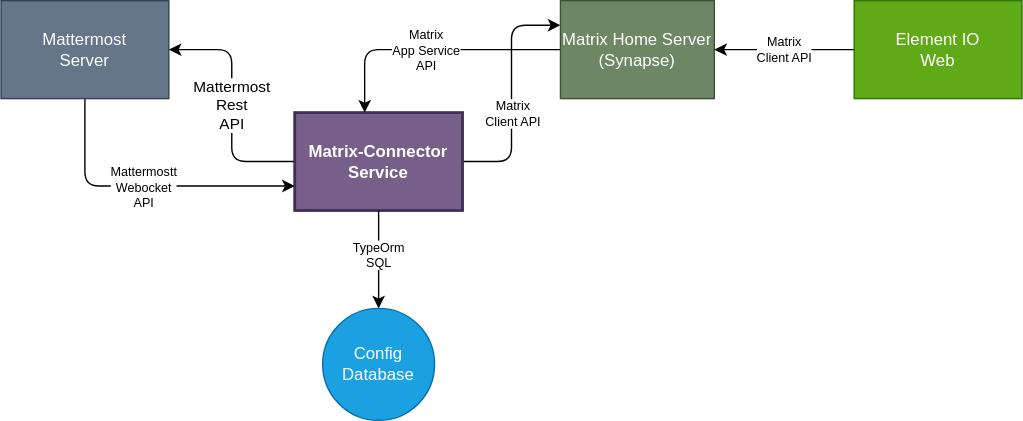
Earlier version of the draw.io export documentation/images/example.drawio.svg (mattermost-community/matrix-as-mm). Source tidied: cells renumbered, new cells last; positions are measured from the earlier drawing's top-left corner, leaving out a move shared by most shapes. Its diagram source:
```xml
<mxGraphModel>
  <root>
    <mxCell id="0" />
    <mxCell id="1" parent="0" />
    <mxCell id="2" value="Mattermost &lt;br&gt;Rest&amp;nbsp;&lt;br&gt;API" style="edgeStyle=orthogonalEdgeStyle;html=1;exitX=0;exitY=0.5;exitDx=0;exitDy=0;entryX=1;entryY=0.5;entryDx=0;entryDy=0;" parent="1" edge="1" source="5" target="11">
      <mxGeometry relative="1" as="geometry" />
    </mxCell>
    <mxCell id="3" style="edgeStyle=orthogonalEdgeStyle;html=1;exitX=1;exitY=0.5;exitDx=0;exitDy=0;entryX=0;entryY=0.25;entryDx=0;entryDy=0;fontSize=9;" parent="1" edge="1" source="5" target="14">
      <mxGeometry relative="1" as="geometry" />
    </mxCell>
    <mxCell id="4" value="Matrix&amp;nbsp;&lt;br&gt;Client API" style="edgeLabel;html=1;align=center;verticalAlign=middle;fontSize=9;" parent="3" vertex="1">
      <mxGeometry x="-0.17" relative="1" as="geometry" />
    </mxCell>
    <mxCell id="5" value="Matrix-Connector&lt;br&gt;Service" style="whiteSpace=wrap;html=1;fontStyle=1;strokeWidth=2;fillColor=#76608a;fontColor=#ffffff;strokeColor=#432D57;" parent="1" vertex="1">
      <mxGeometry x="210" y="80" width="120" height="70" as="geometry" />
    </mxCell>
    <mxCell id="6" style="edgeStyle=orthogonalEdgeStyle;html=1;exitX=0.5;exitY=1;exitDx=0;exitDy=0;" parent="1" edge="1" source="5" target="8">
      <mxGeometry relative="1" as="geometry" />
    </mxCell>
    <mxCell id="7" value="TypeOrm&lt;br&gt;SQL" style="edgeLabel;html=1;align=center;verticalAlign=middle;fontSize=9;" parent="6" vertex="1">
      <mxGeometry x="-0.12" y="-1" relative="1" as="geometry" />
    </mxCell>
    <mxCell id="8" value="Config&amp;nbsp;&lt;br&gt;Database" style="ellipse;whiteSpace=wrap;html=1;fillColor=#1ba1e2;fontColor=#ffffff;strokeColor=#006EAF;" parent="1" vertex="1">
      <mxGeometry x="230" y="220" width="80" height="80" as="geometry" />
    </mxCell>
    <mxCell id="9" style="edgeStyle=orthogonalEdgeStyle;html=1;exitX=0.5;exitY=1;exitDx=0;exitDy=0;entryX=0;entryY=0.75;entryDx=0;entryDy=0;fontSize=9;" parent="1" edge="1" source="11" target="5">
      <mxGeometry relative="1" as="geometry" />
    </mxCell>
    <mxCell id="10" value="Mattermostt&lt;br&gt;Webocket&lt;br&gt;API" style="edgeLabel;html=1;align=center;verticalAlign=middle;fontSize=9;" parent="9" vertex="1">
      <mxGeometry x="-0.02" y="-1" relative="1" as="geometry" />
    </mxCell>
    <mxCell id="11" value="Mattermost&lt;br&gt;Server" style="whiteSpace=wrap;html=1;fillColor=#647687;fontColor=#ffffff;strokeColor=#314354;" parent="1" vertex="1">
      <mxGeometry width="120" height="70" as="geometry" />
    </mxCell>
    <mxCell id="12" style="edgeStyle=orthogonalEdgeStyle;html=1;entryX=0.417;entryY=0;entryDx=0;entryDy=0;entryPerimeter=0;fontSize=9;" parent="1" edge="1" source="14" target="5">
      <mxGeometry relative="1" as="geometry" />
    </mxCell>
    <mxCell id="13" value="Matrix&amp;nbsp;&lt;br&gt;App Service&lt;br&gt;API" style="edgeLabel;html=1;align=center;verticalAlign=middle;fontSize=9;" parent="12" vertex="1">
      <mxGeometry x="0.05" relative="1" as="geometry" />
    </mxCell>
    <mxCell id="14" value="Matrix Home Server&lt;br&gt;(Synapse)" style="whiteSpace=wrap;html=1;fillColor=#6d8764;fontColor=#ffffff;strokeColor=#3A5431;" parent="1" vertex="1">
      <mxGeometry x="400" width="110" height="70" as="geometry" />
    </mxCell>
    <mxCell id="15" value="Matrix&amp;nbsp;&lt;br style=&quot;font-size: 9px;&quot;&gt;Client API" style="edgeStyle=none;html=1;exitX=0;exitY=0.5;exitDx=0;exitDy=0;entryX=1;entryY=0.5;entryDx=0;entryDy=0;fontSize=9;" parent="1" edge="1" source="16" target="14">
      <mxGeometry relative="1" as="geometry" />
    </mxCell>
    <mxCell id="16" value="Element IO&lt;br&gt;Web" style="whiteSpace=wrap;html=1;fillColor=#60a917;fontColor=#ffffff;strokeColor=#2D7600;" parent="1" vertex="1">
      <mxGeometry x="610" width="120" height="70" as="geometry" />
    </mxCell>
  </root>
</mxGraphModel>
```
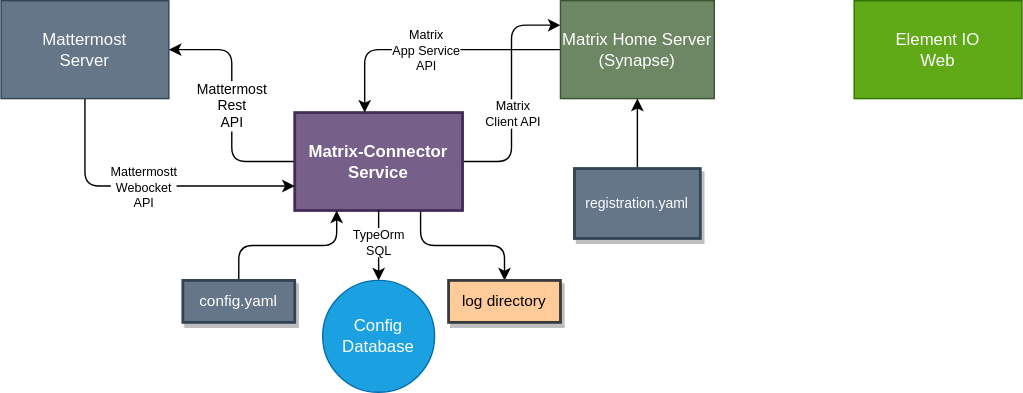
The same file after the commit.

Diff of the diagram source:
```diff
@@ -2,7 +2,7 @@
   <root>
     <mxCell id="0" />
     <mxCell id="1" parent="0" />
-    <mxCell id="2" value="Mattermost &lt;br&gt;Rest&amp;nbsp;&lt;br&gt;API" style="edgeStyle=orthogonalEdgeStyle;html=1;exitX=0;exitY=0.5;exitDx=0;exitDy=0;entryX=1;entryY=0.5;entryDx=0;entryDy=0;" parent="1" edge="1" source="5" target="11">
+    <mxCell id="2" value="Mattermost &lt;br style=&quot;font-size: 10px;&quot;&gt;Rest&amp;nbsp;&lt;br style=&quot;font-size: 10px;&quot;&gt;API" style="edgeStyle=orthogonalEdgeStyle;html=1;exitX=0;exitY=0.5;exitDx=0;exitDy=0;entryX=1;entryY=0.5;entryDx=0;entryDy=0;fontSize=10;" parent="1" edge="1" source="5" target="11">
       <mxGeometry relative="1" as="geometry" />
     </mxCell>
     <mxCell id="3" style="edgeStyle=orthogonalEdgeStyle;html=1;exitX=1;exitY=0.5;exitDx=0;exitDy=0;entryX=0;entryY=0.25;entryDx=0;entryDy=0;fontSize=9;" parent="1" edge="1" source="5" target="14">
@@ -11,17 +11,20 @@
     <mxCell id="4" value="Matrix&amp;nbsp;&lt;br&gt;Client API" style="edgeLabel;html=1;align=center;verticalAlign=middle;fontSize=9;" parent="3" vertex="1">
       <mxGeometry x="-0.17" relative="1" as="geometry" />
     </mxCell>
+    <mxCell id="17" style="edgeStyle=orthogonalEdgeStyle;html=1;exitX=0.75;exitY=1;exitDx=0;exitDy=0;entryX=0.5;entryY=0;entryDx=0;entryDy=0;fontSize=10;fontColor=#000000;" parent="1" edge="1" source="5" target="22">
+      <mxGeometry relative="1" as="geometry" />
+    </mxCell>
     <mxCell id="5" value="Matrix-Connector&lt;br&gt;Service" style="whiteSpace=wrap;html=1;fontStyle=1;strokeWidth=2;fillColor=#76608a;fontColor=#ffffff;strokeColor=#432D57;" parent="1" vertex="1">
       <mxGeometry x="210" y="80" width="120" height="70" as="geometry" />
     </mxCell>
-    <mxCell id="6" style="edgeStyle=orthogonalEdgeStyle;html=1;exitX=0.5;exitY=1;exitDx=0;exitDy=0;" parent="1" edge="1" source="5" target="8">
+    <mxCell id="6" style="edgeStyle=elbowEdgeStyle;html=1;exitX=0.5;exitY=1;exitDx=0;exitDy=0;horizontal=0;" parent="1" edge="1" source="5" target="8">
       <mxGeometry relative="1" as="geometry" />
     </mxCell>
     <mxCell id="7" value="TypeOrm&lt;br&gt;SQL" style="edgeLabel;html=1;align=center;verticalAlign=middle;fontSize=9;" parent="6" vertex="1">
       <mxGeometry x="-0.12" y="-1" relative="1" as="geometry" />
     </mxCell>
     <mxCell id="8" value="Config&amp;nbsp;&lt;br&gt;Database" style="ellipse;whiteSpace=wrap;html=1;fillColor=#1ba1e2;fontColor=#ffffff;strokeColor=#006EAF;" parent="1" vertex="1">
-      <mxGeometry x="230" y="220" width="80" height="80" as="geometry" />
+      <mxGeometry x="230" y="200" width="80" height="80" as="geometry" />
     </mxCell>
     <mxCell id="9" style="edgeStyle=orthogonalEdgeStyle;html=1;exitX=0.5;exitY=1;exitDx=0;exitDy=0;entryX=0;entryY=0.75;entryDx=0;entryDy=0;fontSize=9;" parent="1" edge="1" source="11" target="5">
       <mxGeometry relative="1" as="geometry" />
@@ -41,11 +44,23 @@
     <mxCell id="14" value="Matrix Home Server&lt;br&gt;(Synapse)" style="whiteSpace=wrap;html=1;fillColor=#6d8764;fontColor=#ffffff;strokeColor=#3A5431;" parent="1" vertex="1">
       <mxGeometry x="400" width="110" height="70" as="geometry" />
     </mxCell>
-    <mxCell id="15" value="Matrix&amp;nbsp;&lt;br style=&quot;font-size: 9px;&quot;&gt;Client API" style="edgeStyle=none;html=1;exitX=0;exitY=0.5;exitDx=0;exitDy=0;entryX=1;entryY=0.5;entryDx=0;entryDy=0;fontSize=9;" parent="1" edge="1" source="16" target="14">
-      <mxGeometry relative="1" as="geometry" />
-    </mxCell>
     <mxCell id="16" value="Element IO&lt;br&gt;Web" style="whiteSpace=wrap;html=1;fillColor=#60a917;fontColor=#ffffff;strokeColor=#2D7600;" parent="1" vertex="1">
       <mxGeometry x="610" width="120" height="70" as="geometry" />
     </mxCell>
+    <mxCell id="18" style="edgeStyle=orthogonalEdgeStyle;html=1;exitX=0.5;exitY=0;exitDx=0;exitDy=0;entryX=0.25;entryY=1;entryDx=0;entryDy=0;" parent="1" edge="1" source="19" target="5">
+      <mxGeometry relative="1" as="geometry" />
+    </mxCell>
+    <mxCell id="19" value="config.yaml" style="text;strokeColor=#314354;align=center;fillColor=#647687;html=1;verticalAlign=middle;whiteSpace=wrap;rounded=0;shadow=1;fontColor=#ffffff;strokeWidth=2;fontSize=11;" parent="1" vertex="1">
+      <mxGeometry x="130" y="200" width="80" height="30" as="geometry" />
+    </mxCell>
+    <mxCell id="20" style="edgeStyle=none;html=1;exitX=0.5;exitY=0;exitDx=0;exitDy=0;entryX=0.5;entryY=1;entryDx=0;entryDy=0;fontSize=10;" parent="1" edge="1" source="21" target="14">
+      <mxGeometry relative="1" as="geometry" />
+    </mxCell>
+    <mxCell id="21" value="registration.yaml" style="text;strokeColor=#314354;align=center;fillColor=#647687;html=1;verticalAlign=middle;whiteSpace=wrap;rounded=0;shadow=1;strokeWidth=2;fontSize=10;labelBorderColor=none;labelBackgroundColor=none;fontColor=#ffffff;" parent="1" vertex="1">
+      <mxGeometry x="410" y="120" width="90" height="50" as="geometry" />
+    </mxCell>
+    <mxCell id="22" value="log directory" style="text;align=center;html=1;verticalAlign=middle;whiteSpace=wrap;rounded=0;shadow=1;strokeWidth=2;fontSize=11;fillColor=#ffcc99;strokeColor=#36393d;fontColor=#000000;" parent="1" vertex="1">
+      <mxGeometry x="320" y="200" width="80" height="30" as="geometry" />
+    </mxCell>
   </root>
 </mxGraphModel>
```
